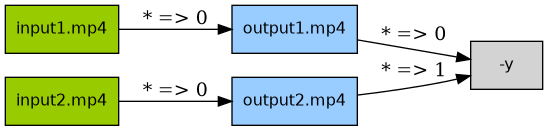
The Graphviz diagram docs/usage/Digraph.gv.png in livingbio/typed-ffmpeg, before a commit. Its source is kept beside it as docs/usage/Digraph.gv.
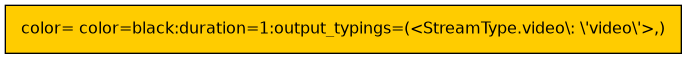
Later version of the same file.

Diff of the diagram source:
```diff
@@ -2,13 +2,5 @@
 	rankdir=LR
 	fontname=Helvetica
 	fontsize=12
-	"3eeed28a3f74e554" [label="input1.mp4" fillcolor="#99cc00" fontname=Helvetica fontsize=12 shape=box style=filled]
-	"582b34bd6506058b" [label="input2.mp4" fillcolor="#99cc00" fontname=Helvetica fontsize=12 shape=box style=filled]
-	"36304e0da688b87" [label="output1.mp4" fillcolor="#99ccff" fontname=Helvetica fontsize=12 shape=box style=filled]
-	"5a8b1f37c9402ea6" [label="output2.mp4" fillcolor="#99ccff" fontname=Helvetica fontsize=12 shape=box style=filled]
-	"197f502c15dece25" [label="-y" fontname=Helvetica fontsize=12 shape=box style=filled]
-	"3eeed28a3f74e554" -> "36304e0da688b87" [label="* => 0"]
-	"582b34bd6506058b" -> "5a8b1f37c9402ea6" [label="* => 0"]
-	"36304e0da688b87" -> "197f502c15dece25" [label="* => 0"]
-	"5a8b1f37c9402ea6" -> "197f502c15dece25" [label="* => 1"]
+	"3064ec056e14e614" [label=" color= color=black:duration=1:output_typings=(<StreamType.video\\: \\\'video\\\'>\,) " fillcolor="#ffcc00" fontname=Helvetica fontsize=12 shape=box style=filled]
 }
```
